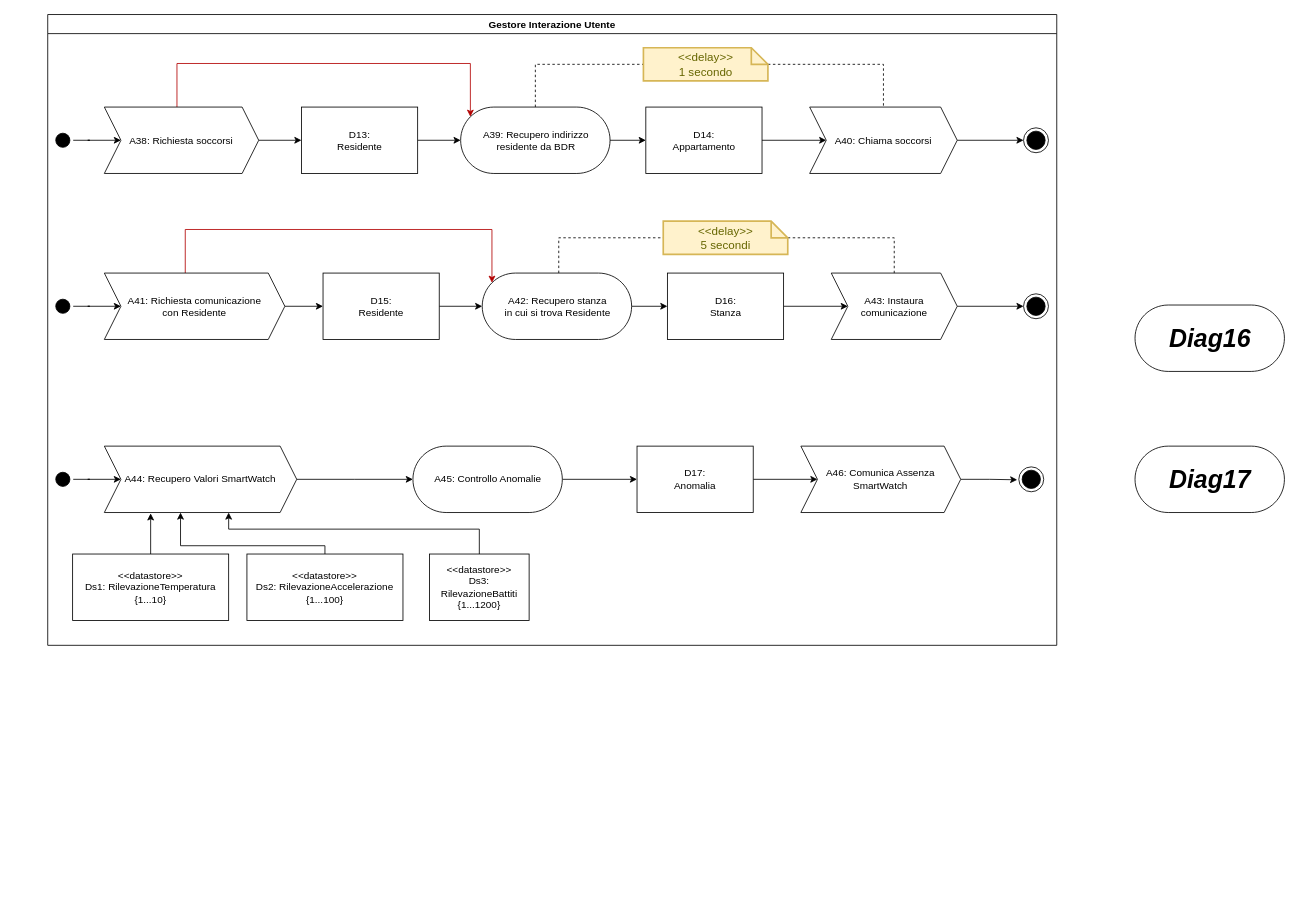
Earlier version of the draw.io diagram page "GestoreUtente" (7 of 7) of Progetto/Diagrammi_Attivita/DiagrammiAttivita.drawio (Wonderjack996/unimib-software-architecture). Source tidied: cells renumbered, new cells numbered last; positions are measured from the earlier drawing's top-left corner, leaving out a move shared by most shapes. Both pictures are drawn from the tidied source at 83%, with x=0, y=0 at pixel (47, 14).
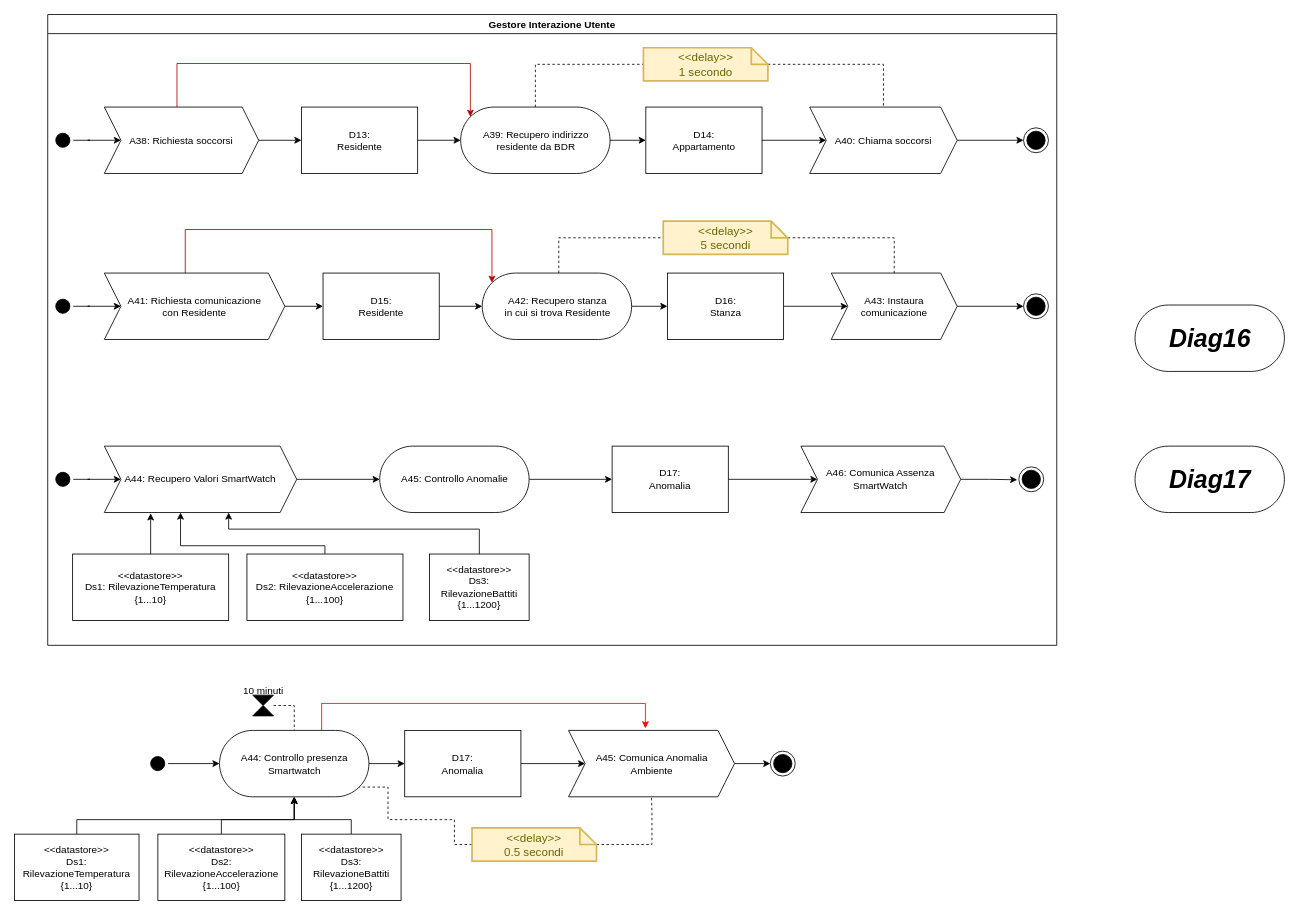
Above is the later version.

Commit message (it also covers changes not shown here):
Aggiunto sequence smartwatch.

The change refers to these unchanged cells:
```xml
<mxCell id="34" value="Gestore Interazione Utente" style="swimlane;" parent="1" vertex="1">
  <mxGeometry width="1215.7" height="760" as="geometry" />
</mxCell>
<mxCell id="37" value="A44: Recupero Valori SmartWatch" style="shape=step;perimeter=stepPerimeter;whiteSpace=wrap;html=1;fixedSize=1;gradientColor=none;" parent="34" vertex="1">
  <mxGeometry x="68.2" y="520" width="231.8" height="80" as="geometry" />
</mxCell>
```

What changed in the source:
```diff
@@
     <mxCell id="45" value="&lt;div&gt;A45: Controllo Anomalie&lt;br&gt;&lt;/div&gt;" style="html=1;dashed=0;whitespace=wrap;shape=mxgraph.dfd.start;" parent="34" vertex="1">
-      <mxGeometry x="440" y="520" width="180" height="80" as="geometry" />
+      <mxGeometry x="400" y="520" width="180" height="80" as="geometry" />
     </mxCell>
@@
     <mxCell id="49" value="D17:&lt;br&gt;Anomalia" style="rounded=0;whiteSpace=wrap;html=1;" parent="34" vertex="1">
-      <mxGeometry x="710" y="520" width="140" height="80" as="geometry" />
+      <mxGeometry x="680" y="520" width="140" height="80" as="geometry" />
     </mxCell>
@@
+    <mxCell id="55" style="edgeStyle=orthogonalEdgeStyle;rounded=0;jettySize=auto;html=1;entryX=0;entryY=0.5;entryDx=0;entryDy=0;entryPerimeter=0;" parent="34" edge="1" source="37" target="45">
+      <mxGeometry relative="1" as="geometry" />
+    </mxCell>
@@
-    <mxCell id="55" style="edgeStyle=orthogonalEdgeStyle;rounded=0;jettySize=auto;html=1;" parent="1" edge="1" source="37">
-      <mxGeometry relative="1" as="geometry">
-        <mxPoint x="440" y="560" as="targetPoint" />
-      </mxGeometry>
-    </mxCell>
+    <mxCell id="56" style="ellipse;html=1;shape=startState;fillColor=#000000;" parent="1" vertex="1">
+      <mxGeometry x="120" y="890" width="25" height="25" as="geometry" />
+    </mxCell>
+    <mxCell id="57" value="&lt;div&gt;A44: Controllo presenza&lt;/div&gt;&lt;div&gt;Smartwatch&lt;/div&gt;" style="html=1;dashed=0;whitespace=wrap;shape=mxgraph.dfd.start;" parent="1" vertex="1">
+      <mxGeometry x="207" y="862.5" width="180" height="80" as="geometry" />
+    </mxCell>
+    <mxCell id="58" style="edgeStyle=orthogonalEdgeStyle;rounded=0;jettySize=auto;html=1;entryX=0;entryY=0.5;entryDx=0;entryDy=0;entryPerimeter=0;strokeWidth=1;startArrow=none;startFill=0;endArrow=classic;endFill=1;" parent="1" edge="1" source="56" target="57">
+      <mxGeometry relative="1" as="geometry" />
+    </mxCell>
+    <mxCell id="59" value="A45: Comunica Anomalia&lt;br&gt;Ambiente" style="shape=step;perimeter=stepPerimeter;whiteSpace=wrap;html=1;fixedSize=1;gradientColor=none;" parent="1" vertex="1">
+      <mxGeometry x="627.5" y="862.5" width="200" height="80" as="geometry" />
+    </mxCell>
+    <mxCell id="60" style="edgeStyle=orthogonalEdgeStyle;rounded=0;jettySize=auto;html=1;entryX=0;entryY=0.5;entryDx=0;entryDy=0;strokeWidth=1;startArrow=none;startFill=0;endArrow=classic;endFill=1;" parent="1" edge="1" source="59" target="71">
+      <mxGeometry relative="1" as="geometry" />
+    </mxCell>
+    <mxCell id="61" style="edgeStyle=orthogonalEdgeStyle;rounded=0;jettySize=auto;html=1;entryX=0.5;entryY=0.5;entryDx=0;entryDy=-40;entryPerimeter=0;strokeWidth=1;startArrow=none;startFill=0;endArrow=none;endFill=0;dashed=1;" parent="1" edge="1" source="62" target="57">
+      <mxGeometry relative="1" as="geometry">
+        <Array as="points">
+          <mxPoint x="297" y="832" />
+        </Array>
+      </mxGeometry>
+    </mxCell>
+    <mxCell id="62" style="shape=collate;whiteSpace=wrap;html=1;fillColor=#000000;" parent="1" vertex="1">
+      <mxGeometry x="247" y="820" width="25" height="25" as="geometry" />
+    </mxCell>
+    <mxCell id="63" value="10 minuti" style="text;html=1;strokeColor=none;fillColor=none;align=center;verticalAlign=middle;whiteSpace=wrap;rounded=0;" parent="1" vertex="1">
+      <mxGeometry x="229.5" y="800" width="60" height="30" as="geometry" />
+    </mxCell>
+    <mxCell id="64" style="edgeStyle=orthogonalEdgeStyle;rounded=0;jettySize=auto;html=1;" parent="1" edge="1" source="65" target="59">
+      <mxGeometry relative="1" as="geometry" />
+    </mxCell>
+    <mxCell id="65" value="D17:&lt;br&gt;Anomalia" style="rounded=0;whiteSpace=wrap;html=1;" parent="1" vertex="1">
+      <mxGeometry x="430.1" y="862.5" width="140" height="80" as="geometry" />
+    </mxCell>
+    <mxCell id="66" style="edgeStyle=orthogonalEdgeStyle;rounded=0;jettySize=auto;html=1;entryX=0;entryY=0.5;entryDx=0;entryDy=0;strokeWidth=1;startArrow=none;startFill=0;endArrow=classic;endFill=1;" parent="1" edge="1" source="57" target="65">
+      <mxGeometry relative="1" as="geometry" />
+    </mxCell>
+    <mxCell id="67" style="edgeStyle=orthogonalEdgeStyle;rounded=0;jettySize=auto;html=1;entryX=0.463;entryY=-0.031;entryDx=0;entryDy=0;entryPerimeter=0;strokeColor=#FF0000;endArrow=classic;endFill=1;fillColor=#e51400;" parent="1" edge="1" source="57" target="59">
+      <mxGeometry relative="1" as="geometry">
+        <Array as="points">
+          <mxPoint x="330" y="830" />
+          <mxPoint x="720" y="830" />
+        </Array>
+      </mxGeometry>
+    </mxCell>
+    <mxCell id="68" style="edgeStyle=orthogonalEdgeStyle;rounded=0;jettySize=auto;html=1;entryX=0.5;entryY=1;entryDx=0;entryDy=0;dashed=1;startArrow=none;startFill=0;endArrow=none;endFill=0;" parent="1" edge="1" source="70" target="59">
+      <mxGeometry relative="1" as="geometry">
+        <Array as="points">
+          <mxPoint x="728" y="1000" />
+          <mxPoint x="728" y="963" />
+        </Array>
+      </mxGeometry>
+    </mxCell>
+    <mxCell id="69" style="edgeStyle=orthogonalEdgeStyle;rounded=0;jettySize=auto;html=1;entryX=0;entryY=0;entryDx=168.28;entryDy=68.28;entryPerimeter=0;dashed=1;startArrow=none;startFill=0;endArrow=none;endFill=0;" parent="1" edge="1" source="70" target="57">
+      <mxGeometry relative="1" as="geometry">
+        <Array as="points">
+          <mxPoint x="490" y="1000" />
+          <mxPoint x="490" y="970" />
+          <mxPoint x="410" y="970" />
+          <mxPoint x="410" y="931" />
+        </Array>
+      </mxGeometry>
+    </mxCell>
+    <mxCell id="70" value="&amp;lt;&amp;lt;delay&amp;gt;&amp;gt;&lt;br&gt;0.5 secondi" style="shape=note;strokeWidth=2;fontSize=14;size=20;whiteSpace=wrap;html=1;fillColor=#fff2cc;strokeColor=#d6b656;fontColor=#666600;" parent="1" vertex="1">
+      <mxGeometry x="511.2" y="980" width="150" height="40" as="geometry" />
+    </mxCell>
+    <mxCell id="71" style="ellipse;html=1;shape=endState;fillColor=#000000;strokeColor=#000000;" parent="1" vertex="1">
+      <mxGeometry x="870.6" y="887.5" width="30" height="30" as="geometry" />
+    </mxCell>
+    <mxCell id="72" style="edgeStyle=orthogonalEdgeStyle;rounded=0;jettySize=auto;html=1;entryX=0.5;entryY=0.5;entryDx=0;entryDy=40;entryPerimeter=0;" parent="1" edge="1" source="73" target="57">
+      <mxGeometry relative="1" as="geometry">
+        <Array as="points">
+          <mxPoint x="35" y="970" />
+          <mxPoint x="297" y="970" />
+        </Array>
+      </mxGeometry>
+    </mxCell>
+    <mxCell id="73" value="&lt;div&gt;&amp;lt;&amp;lt;datastore&amp;gt;&amp;gt;&lt;/div&gt;&lt;div&gt;Ds1:&lt;/div&gt;&lt;div&gt;RilevazioneTemperatura&lt;/div&gt;&lt;div&gt;&lt;span&gt;{1...10&lt;/span&gt;&lt;span&gt;}&lt;/span&gt;&lt;/div&gt;" style="rounded=0;whiteSpace=wrap;html=1;" parent="1" vertex="1">
+      <mxGeometry x="-40" y="987.5" width="150" height="80" as="geometry" />
+    </mxCell>
+    <mxCell id="74" style="edgeStyle=orthogonalEdgeStyle;rounded=0;jettySize=auto;html=1;entryX=0.5;entryY=0.5;entryDx=0;entryDy=40;entryPerimeter=0;" parent="1" edge="1" source="75" target="57">
+      <mxGeometry relative="1" as="geometry">
+        <Array as="points">
+          <mxPoint x="209" y="970" />
+          <mxPoint x="297" y="970" />
+        </Array>
+      </mxGeometry>
+    </mxCell>
+    <mxCell id="75" value="&lt;div&gt;&amp;lt;&amp;lt;datastore&amp;gt;&amp;gt;&lt;/div&gt;&lt;div&gt;Ds2:&lt;/div&gt;&lt;div&gt;RilevazioneAccelerazione&lt;/div&gt;&lt;div&gt;{1...100}&lt;br&gt;&lt;/div&gt;" style="rounded=0;whiteSpace=wrap;html=1;" parent="1" vertex="1">
+      <mxGeometry x="132.7" y="987.5" width="153" height="80" as="geometry" />
+    </mxCell>
+    <mxCell id="76" style="edgeStyle=orthogonalEdgeStyle;rounded=0;jettySize=auto;html=1;entryX=0.5;entryY=0.5;entryDx=0;entryDy=40;entryPerimeter=0;" parent="1" edge="1" source="77" target="57">
+      <mxGeometry relative="1" as="geometry">
+        <Array as="points">
+          <mxPoint x="366" y="970" />
+          <mxPoint x="297" y="970" />
+        </Array>
+      </mxGeometry>
+    </mxCell>
+    <mxCell id="77" value="&lt;div&gt;&amp;lt;&amp;lt;datastore&amp;gt;&amp;gt;&lt;/div&gt;&lt;div&gt;Ds3:&lt;/div&gt;&lt;div&gt;RilevazioneBattiti&lt;/div&gt;&lt;div&gt;{1...1200}&lt;br&gt;&lt;/div&gt;" style="rounded=0;whiteSpace=wrap;html=1;" parent="1" vertex="1">
+      <mxGeometry x="305.7" y="987.5" width="120" height="80" as="geometry" />
+    </mxCell>
```
